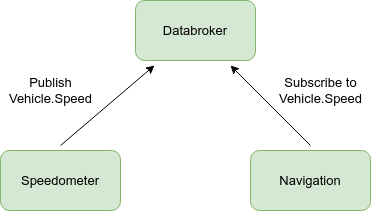
Before: doc/docs/assets/tutorial_vehicle_signals_overview.png, a diagram exported from draw.io (eclipse-ankaios/ankaios). Source tidied: cells renumbered, new cells last; positions are measured from the earlier drawing's top-left corner, leaving out a move shared by most shapes.
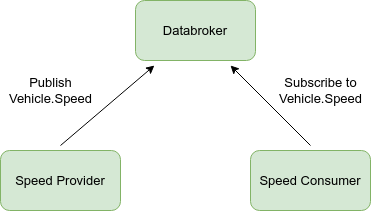
Above is the later version.

Commit message:
Enhance tutorial with web UI

The edit, as a diff of the source:
```diff
@@ -5,13 +5,13 @@
     <mxCell id="2" value="Databroker" style="rounded=1;whiteSpace=wrap;html=1;perimeterSpacing=5;fillColor=#d5e8d4;strokeColor=#82b366;fontSize=13;" parent="1" vertex="1">
       <mxGeometry x="135" width="120" height="60" as="geometry" />
     </mxCell>
-    <mxCell id="3" value="Speedometer" style="rounded=1;whiteSpace=wrap;html=1;perimeterSpacing=5;fillColor=#d5e8d4;strokeColor=#82b366;fontSize=13;" parent="1" vertex="1">
+    <mxCell id="3" value="Speed Provider" style="rounded=1;whiteSpace=wrap;html=1;perimeterSpacing=5;fillColor=#d5e8d4;strokeColor=#82b366;fontSize=13;" parent="1" vertex="1">
       <mxGeometry y="150" width="120" height="60" as="geometry" />
     </mxCell>
     <mxCell id="4" value="Publish&lt;br style=&quot;font-size: 13px;&quot;&gt;Vehicle.Speed" style="rounded=0;jettySize=auto;html=1;exitX=0.5;exitY=0;exitDx=0;exitDy=0;fontSize=13;" parent="1" edge="1" source="3" target="2">
       <mxGeometry x="-0.55" y="48" relative="1" as="geometry" />
     </mxCell>
-    <mxCell id="5" value="Navigation" style="rounded=1;whiteSpace=wrap;html=1;perimeterSpacing=5;fillColor=#d5e8d4;strokeColor=#82b366;fontSize=13;" parent="1" vertex="1">
+    <mxCell id="5" value="Speed Consumer" style="rounded=1;whiteSpace=wrap;html=1;perimeterSpacing=5;fillColor=#d5e8d4;strokeColor=#82b366;fontSize=13;" parent="1" vertex="1">
       <mxGeometry x="250" y="150" width="120" height="60" as="geometry" />
     </mxCell>
     <mxCell id="6" value="Subscribe to&lt;br style=&quot;font-size: 13px;&quot;&gt;Vehicle.Speed" style="rounded=0;jettySize=auto;html=1;exitX=0.5;exitY=0;exitDx=0;exitDy=0;fontSize=13;" parent="1" edge="1" source="5" target="2">
```
